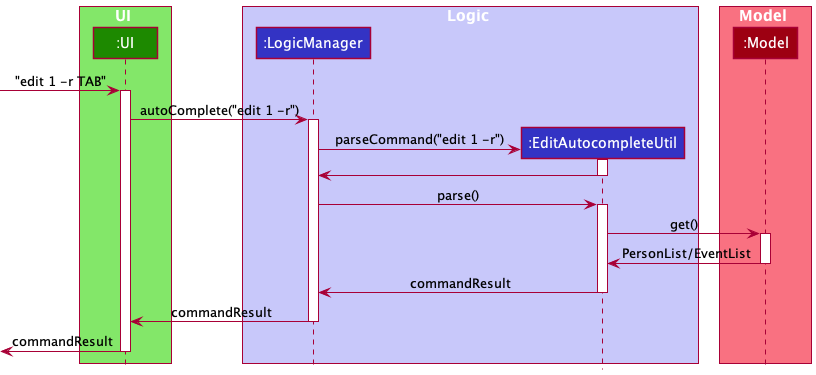
This is docs/images/AutocompleteSequenceDiagram.png from nus-cs2103-AY2021S2/tp, a PlantUML export, as it was before one commit.
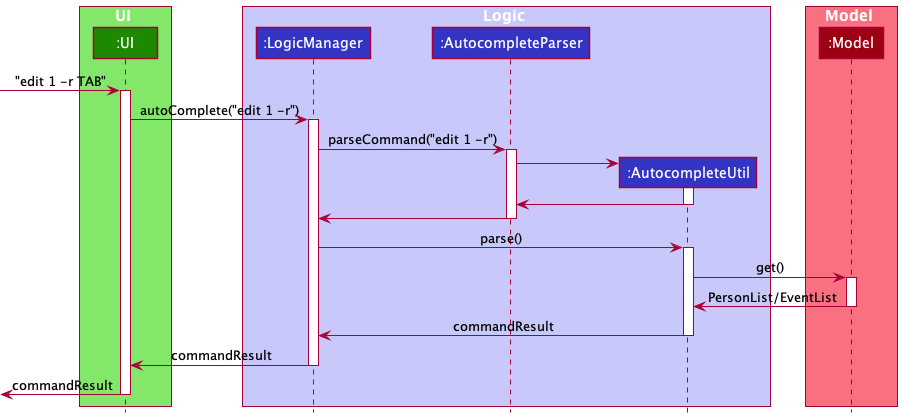
After the commit.

Change to the diagram source:
```diff
@@ -7,7 +7,8 @@
 
 box Logic LOGIC_COLOR_T1
 participant ":LogicManager" as LogicManager LOGIC_COLOR
-participant ":EditAutocompleteUtil" as EditAutocompleteUtil LOGIC_COLOR
+participant ":AutocompleteParser" as AutocompleteParser LOGIC_COLOR
+participant ":AutocompleteUtil" as AutocompleteUtil LOGIC_COLOR
 end box
 
 box Model MODEL_COLOR_T1
@@ -20,24 +21,30 @@
 UI-> LogicManager : autoComplete("edit 1 -r")
 activate LogicManager
 
-create EditAutocompleteUtil
-LogicManager -> EditAutocompleteUtil : parseCommand("edit 1 -r")
-activate EditAutocompleteUtil
+LogicManager -> AutocompleteParser : parseCommand("edit 1 -r")
+activate AutocompleteParser
 
-EditAutocompleteUtil -> LogicManager
-deactivate EditAutocompleteUtil
+create AutocompleteUtil
+AutocompleteParser -> AutocompleteUtil
+activate AutocompleteUtil
 
-LogicManager -> EditAutocompleteUtil : parse()
-activate EditAutocompleteUtil
+AutocompleteUtil -> AutocompleteParser
+deactivate AutocompleteUtil
 
-EditAutocompleteUtil -> Model : get()
+AutocompleteParser -> LogicManager
+deactivate AutocompleteParser
+
+LogicManager -> AutocompleteUtil : parse()
+activate AutocompleteUtil
+
+AutocompleteUtil -> Model : get()
 activate Model
 
-Model -> EditAutocompleteUtil : PersonList/EventList
+Model -> AutocompleteUtil : PersonList/EventList
 deactivate Model
 
-EditAutocompleteUtil -> LogicManager : commandResult
-deactivate EditAutocompleteUtil
+AutocompleteUtil -> LogicManager : commandResult
+deactivate AutocompleteUtil
 
 LogicManager -> UI : commandResult
 deactivate LogicManager
```
